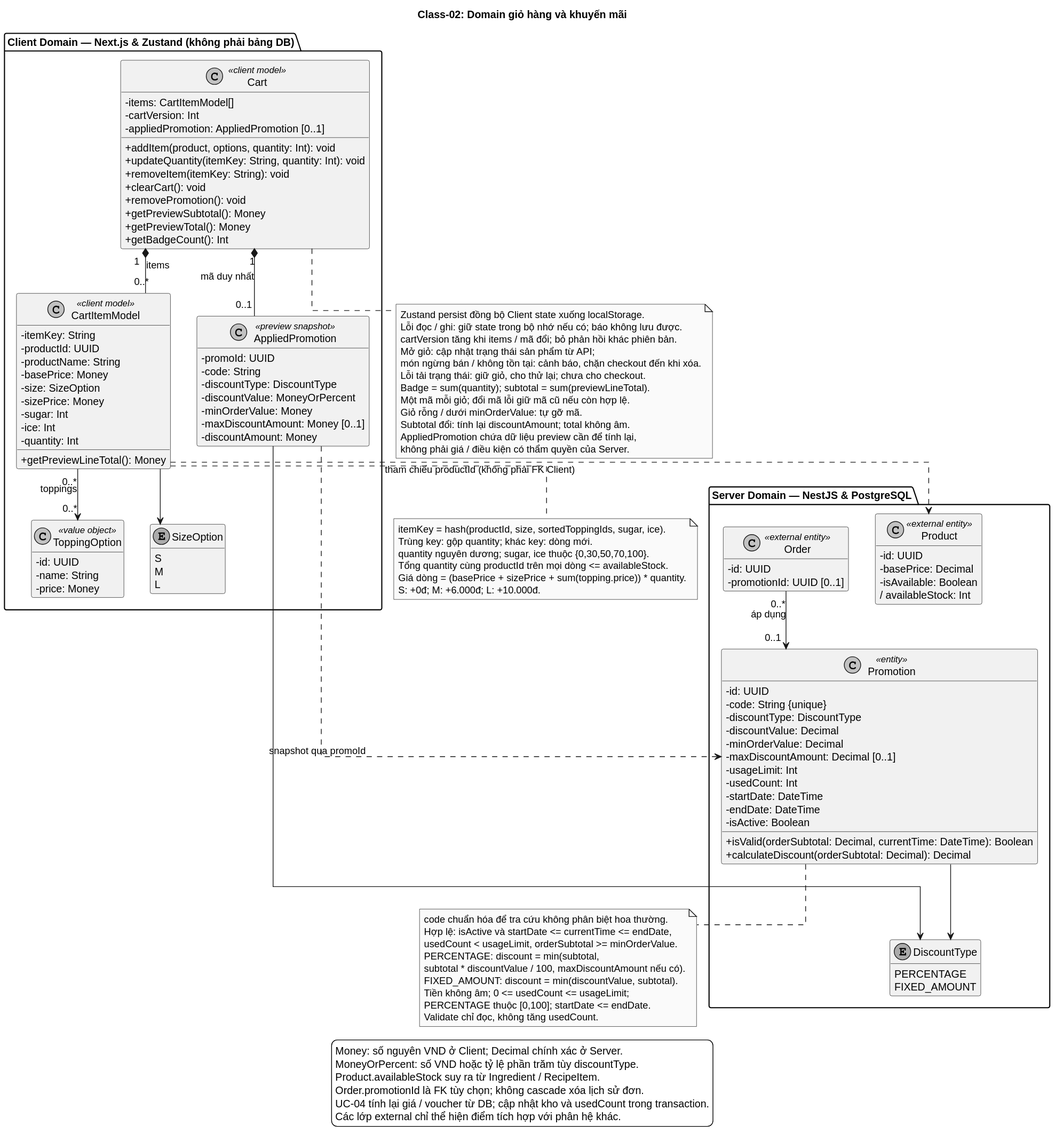
This is docs/diagrams/class-02-cart-promotion.svg from SamuiSang/brewlite2, a PlantUML export, as it was before one commit. Source of this version:
```plantuml
@startuml
skinparam monochrome true
skinparam shadowing false
skinparam defaultFontName SansSerif
skinparam backgroundColor white
skinparam classAttributeIconSize 0
skinparam linetype ortho
hide empty members
title Class-02: Domain giỏ hàng và khuyến mãi
package "Client Domain — Next.js & Zustand (không phải bảng DB)" as ClientDomain {
  class Cart <<client model>> {
    - items: CartItemModel[]
    - cartVersion: Int
    - appliedPromotion: AppliedPromotion [0..1]
    + addItem(product, options, quantity: Int): void
    + updateQuantity(itemKey: String, quantity: Int): void
    + removeItem(itemKey: String): void
    + clearCart(): void
    + removePromotion(): void
    + getPreviewSubtotal(): Money
    + getPreviewTotal(): Money
    + getBadgeCount(): Int
  }
  class CartItemModel <<client model>> {
    - itemKey: String
    - productId: UUID
    - productName: String
    - basePrice: Money
    - size: SizeOption
    - sizePrice: Money
    - sugar: Int
    - ice: Int
    - quantity: Int
    + getPreviewLineTotal(): Money
  }
  class ToppingOption <<value object>> {
    - id: UUID
    - name: String
    - price: Money
  }
  enum SizeOption {
    S
    M
    L
  }
  class AppliedPromotion <<preview snapshot>> {
    - promoId: UUID
    - code: String
    - discountType: DiscountType
    - discountValue: MoneyOrPercent
    - minOrderValue: Money
    - maxDiscountAmount: Money [0..1]
    - discountAmount: Money
  }
  Cart "1" *-- "0..*" CartItemModel : items
  Cart "1" *-- "0..1" AppliedPromotion : mã duy nhất
  CartItemModel "0..*" --> "0..*" ToppingOption : toppings
  CartItemModel --> SizeOption
}

package "Server Domain — NestJS & PostgreSQL" as ServerDomain {
  class Promotion <<entity>> {
    - id: UUID
    - code: String {unique}
    - discountType: DiscountType
    - discountValue: Decimal
    - minOrderValue: Decimal
    - maxDiscountAmount: Decimal [0..1]
    - usageLimit: Int
    - usedCount: Int
    - startDate: DateTime
    - endDate: DateTime
    - isActive: Boolean
    + isValid(orderSubtotal: Decimal, currentTime: DateTime): Boolean
    + calculateDiscount(orderSubtotal: Decimal): Decimal
  }
  enum DiscountType {
    PERCENTAGE
    FIXED_AMOUNT
  }
  class Product <<external entity>> {
    - id: UUID
    - basePrice: Decimal
    - isAvailable: Boolean
    / availableStock: Int
  }
  class Order <<external entity>> {
    - id: UUID
    - promotionId: UUID [0..1]
  }
  Promotion --> DiscountType
  Order "0..*" --> "0..1" Promotion : áp dụng
}

CartItemModel ..> Product : tham chiếu productId (không phải FK Client)
AppliedPromotion ..> Promotion : snapshot qua promoId
AppliedPromotion --> DiscountType

note bottom of CartItemModel
  itemKey = hash(productId, size, sortedToppingIds, sugar, ice).
  Trùng key: gộp quantity; khác key: dòng mới.
  quantity nguyên dương; sugar, ice thuộc {0,30,50,70,100}.
  Tổng quantity cùng productId trên mọi dòng <= availableStock.
  Giá dòng = (basePrice + sizePrice + sum(topping.price)) * quantity.
  S: +0đ; M: +6.000đ; L: +10.000đ.
end note

note bottom of Cart
  Zustand persist đồng bộ Client state xuống localStorage.
  Lỗi đọc / ghi: giữ state trong bộ nhớ nếu có; báo không lưu được.
  cartVersion tăng khi items / mã đổi; bỏ phản hồi khác phiên bản.
  Mở giỏ: cập nhật trạng thái sản phẩm từ API;
  món ngừng bán / không tồn tại: cảnh báo, chặn checkout đến khi xóa.
  Lỗi tải trạng thái: giữ giỏ, cho thử lại; chưa cho checkout.
  Badge = sum(quantity); subtotal = sum(previewLineTotal).
  Một mã mỗi giỏ; đổi mã lỗi giữ mã cũ nếu còn hợp lệ.
  Giỏ rỗng / dưới minOrderValue: tự gỡ mã.
  Subtotal đổi: tính lại discountAmount; total không âm.
  AppliedPromotion chứa dữ liệu preview cần để tính lại,
  không phải giá / điều kiện có thẩm quyền của Server.
end note

note bottom of Promotion
  code chuẩn hóa để tra cứu không phân biệt hoa thường.
  Hợp lệ: isActive và startDate <= currentTime <= endDate,
  usedCount < usageLimit, orderSubtotal >= minOrderValue.
  PERCENTAGE: discount = min(subtotal,
  subtotal * discountValue / 100, maxDiscountAmount nếu có).
  FIXED_AMOUNT: discount = min(discountValue, subtotal).
  Tiền không âm; 0 <= usedCount <= usageLimit;
  PERCENTAGE thuộc [0,100]; startDate <= endDate.
  Validate chỉ đọc, không tăng usedCount.
end note

legend bottom
  Money: số nguyên VND ở Client; Decimal chính xác ở Server.
  MoneyOrPercent: số VND hoặc tỷ lệ phần trăm tùy discountType.
  Product.availableStock suy ra từ Ingredient / RecipeItem.
  Order.promotionId là FK tùy chọn; không cascade xóa lịch sử đơn.
  UC-04 tính lại giá / voucher từ DB; cập nhật kho và usedCount trong transaction.
  Các lớp external chỉ thể hiện điểm tích hợp với phân hệ khác.
endlegend
@enduml
```
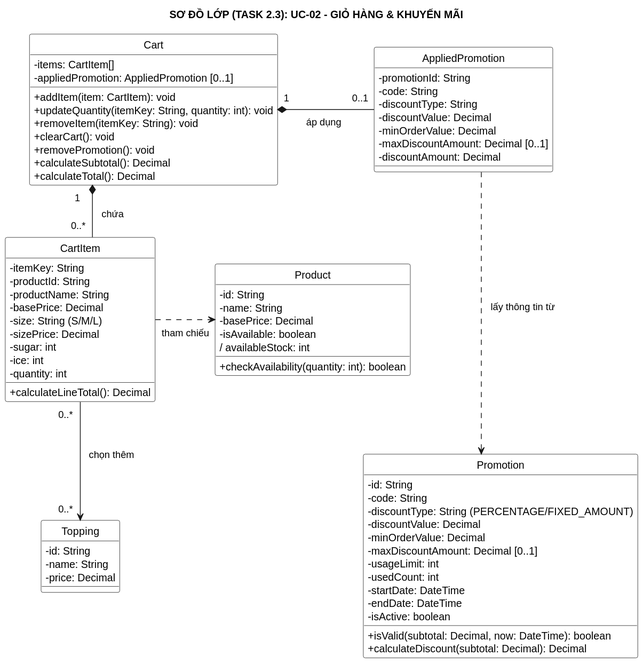
After the commit.

Commit message:
fixed task 2.3: Don gian hoa so do lop va chu thich quan he

Change to the diagram source:
```diff
@@ -5,139 +5,78 @@
 skinparam backgroundColor white
 skinparam classAttributeIconSize 0
 skinparam linetype ortho
-hide empty members
-title Class-02: Domain giỏ hàng và khuyến mãi
-package "Client Domain — Next.js & Zustand (không phải bảng DB)" as ClientDomain {
-  class Cart <<client model>> {
-    - items: CartItemModel[]
-    - cartVersion: Int
-    - appliedPromotion: AppliedPromotion [0..1]
-    + addItem(product, options, quantity: Int): void
-    + updateQuantity(itemKey: String, quantity: Int): void
-    + removeItem(itemKey: String): void
-    + clearCart(): void
-    + removePromotion(): void
-    + getPreviewSubtotal(): Money
-    + getPreviewTotal(): Money
-    + getBadgeCount(): Int
-  }
-  class CartItemModel <<client model>> {
-    - itemKey: String
-    - productId: UUID
-    - productName: String
-    - basePrice: Money
-    - size: SizeOption
-    - sizePrice: Money
-    - sugar: Int
-    - ice: Int
-    - quantity: Int
-    + getPreviewLineTotal(): Money
-  }
-  class ToppingOption <<value object>> {
-    - id: UUID
-    - name: String
-    - price: Money
-  }
-  enum SizeOption {
-    S
-    M
-    L
-  }
-  class AppliedPromotion <<preview snapshot>> {
-    - promoId: UUID
-    - code: String
-    - discountType: DiscountType
-    - discountValue: MoneyOrPercent
-    - minOrderValue: Money
-    - maxDiscountAmount: Money [0..1]
-    - discountAmount: Money
-  }
-  Cart "1" *-- "0..*" CartItemModel : items
-  Cart "1" *-- "0..1" AppliedPromotion : mã duy nhất
-  CartItemModel "0..*" --> "0..*" ToppingOption : toppings
-  CartItemModel --> SizeOption
+skinparam nodesep 80
+skinparam ranksep 70
+skinparam classBackgroundColor white
+skinparam classBorderColor black
+skinparam classHeaderFontStyle bold
+hide circle
+title SƠ ĐỒ LỚP (TASK 2.3): UC-02 - GIỎ HÀNG & KHUYẾN MÃI
+
+class Cart {
+  - items: CartItem[]
+  - appliedPromotion: AppliedPromotion [0..1]
+  + addItem(item: CartItem): void
+  + updateQuantity(itemKey: String, quantity: int): void
+  + removeItem(itemKey: String): void
+  + clearCart(): void
+  + removePromotion(): void
+  + calculateSubtotal(): Decimal
+  + calculateTotal(): Decimal
+}
+class CartItem {
+  - itemKey: String
+  - productId: String
+  - productName: String
+  - basePrice: Decimal
+  {field} - size: String (S/M/L)
+  - sizePrice: Decimal
+  - sugar: int
+  - ice: int
+  - quantity: int
+  + calculateLineTotal(): Decimal
+}
+class Topping {
+  - id: String
+  - name: String
+  - price: Decimal
+}
+class AppliedPromotion {
+  - promotionId: String
+  - code: String
+  - discountType: String
+  - discountValue: Decimal
+  - minOrderValue: Decimal
+  - maxDiscountAmount: Decimal [0..1]
+  - discountAmount: Decimal
+}
+class Promotion {
+  - id: String
+  - code: String
+  {field} - discountType: String (PERCENTAGE/FIXED_AMOUNT)
+  - discountValue: Decimal
+  - minOrderValue: Decimal
+  - maxDiscountAmount: Decimal [0..1]
+  - usageLimit: int
+  - usedCount: int
+  - startDate: DateTime
+  - endDate: DateTime
+  - isActive: boolean
+  + isValid(subtotal: Decimal, now: DateTime): boolean
+  + calculateDiscount(subtotal: Decimal): Decimal
+}
+class Product {
+  - id: String
+  - name: String
+  - basePrice: Decimal
+  - isAvailable: boolean
+  / availableStock: int
+  + checkAvailability(quantity: int): boolean
 }
 
-package "Server Domain — NestJS & PostgreSQL" as ServerDomain {
-  class Promotion <<entity>> {
-    - id: UUID
-    - code: String {unique}
-    - discountType: DiscountType
-    - discountValue: Decimal
-    - minOrderValue: Decimal
-    - maxDiscountAmount: Decimal [0..1]
-    - usageLimit: Int
-    - usedCount: Int
-    - startDate: DateTime
-    - endDate: DateTime
-    - isActive: Boolean
-    + isValid(orderSubtotal: Decimal, currentTime: DateTime): Boolean
-    + calculateDiscount(orderSubtotal: Decimal): Decimal
-  }
-  enum DiscountType {
-    PERCENTAGE
-    FIXED_AMOUNT
-  }
-  class Product <<external entity>> {
-    - id: UUID
-    - basePrice: Decimal
-    - isAvailable: Boolean
-    / availableStock: Int
-  }
-  class Order <<external entity>> {
-    - id: UUID
-    - promotionId: UUID [0..1]
-  }
-  Promotion --> DiscountType
-  Order "0..*" --> "0..1" Promotion : áp dụng
-}
-
-CartItemModel ..> Product : tham chiếu productId (không phải FK Client)
-AppliedPromotion ..> Promotion : snapshot qua promoId
-AppliedPromotion --> DiscountType
-
-note bottom of CartItemModel
-  itemKey = hash(productId, size, sortedToppingIds, sugar, ice).
-  Trùng key: gộp quantity; khác key: dòng mới.
-  quantity nguyên dương; sugar, ice thuộc {0,30,50,70,100}.
-  Tổng quantity cùng productId trên mọi dòng <= availableStock.
-  Giá dòng = (basePrice + sizePrice + sum(topping.price)) * quantity.
-  S: +0đ; M: +6.000đ; L: +10.000đ.
-end note
-
-note bottom of Cart
-  Zustand persist đồng bộ Client state xuống localStorage.
-  Lỗi đọc / ghi: giữ state trong bộ nhớ nếu có; báo không lưu được.
-  cartVersion tăng khi items / mã đổi; bỏ phản hồi khác phiên bản.
-  Mở giỏ: cập nhật trạng thái sản phẩm từ API;
-  món ngừng bán / không tồn tại: cảnh báo, chặn checkout đến khi xóa.
-  Lỗi tải trạng thái: giữ giỏ, cho thử lại; chưa cho checkout.
-  Badge = sum(quantity); subtotal = sum(previewLineTotal).
-  Một mã mỗi giỏ; đổi mã lỗi giữ mã cũ nếu còn hợp lệ.
-  Giỏ rỗng / dưới minOrderValue: tự gỡ mã.
-  Subtotal đổi: tính lại discountAmount; total không âm.
-  AppliedPromotion chứa dữ liệu preview cần để tính lại,
-  không phải giá / điều kiện có thẩm quyền của Server.
-end note
-
-note bottom of Promotion
-  code chuẩn hóa để tra cứu không phân biệt hoa thường.
-  Hợp lệ: isActive và startDate <= currentTime <= endDate,
-  usedCount < usageLimit, orderSubtotal >= minOrderValue.
-  PERCENTAGE: discount = min(subtotal,
-  subtotal * discountValue / 100, maxDiscountAmount nếu có).
-  FIXED_AMOUNT: discount = min(discountValue, subtotal).
-  Tiền không âm; 0 <= usedCount <= usageLimit;
-  PERCENTAGE thuộc [0,100]; startDate <= endDate.
-  Validate chỉ đọc, không tăng usedCount.
-end note
-
-legend bottom
-  Money: số nguyên VND ở Client; Decimal chính xác ở Server.
-  MoneyOrPercent: số VND hoặc tỷ lệ phần trăm tùy discountType.
-  Product.availableStock suy ra từ Ingredient / RecipeItem.
-  Order.promotionId là FK tùy chọn; không cascade xóa lịch sử đơn.
-  UC-04 tính lại giá / voucher từ DB; cập nhật kho và usedCount trong transaction.
-  Các lớp external chỉ thể hiện điểm tích hợp với phân hệ khác.
-endlegend
+Cart "1" *-down- "0..*" CartItem : chứa
+Cart "1" *-right- "0..1" AppliedPromotion : áp dụng
+CartItem "0..*" -down-> "0..*" Topping : chọn thêm
+CartItem ..right.> Product : tham chiếu
+AppliedPromotion ..down.> Promotion : lấy thông tin từ
 @enduml
```
